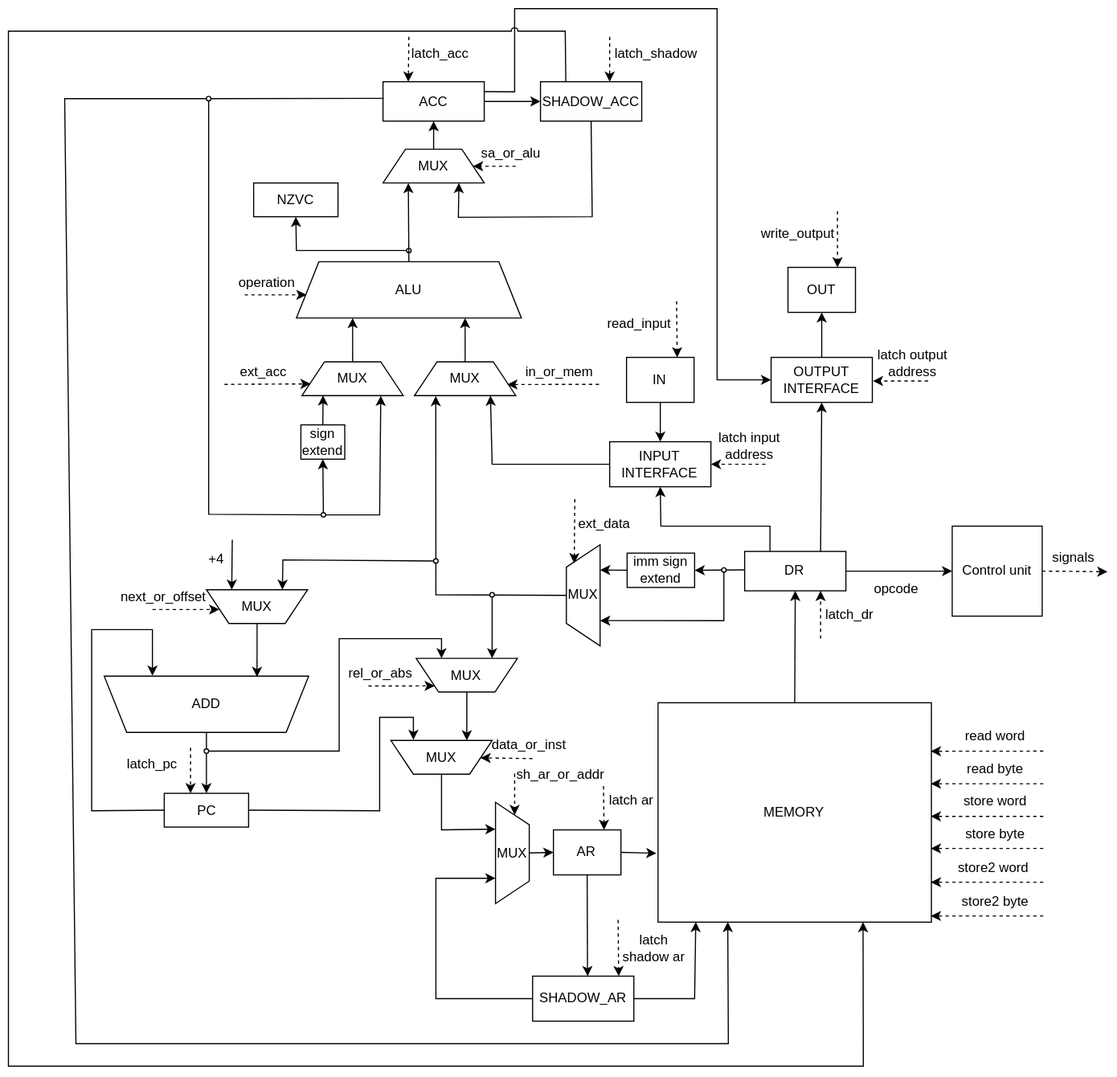
The draw.io diagram assets/datapath/scheme.svg in AstroSoup/computer-system-architecture-lab-4, before a commit. Source tidied: cells renumbered, new cells last; positions are measured from the earlier drawing's top-left corner, leaving out a move shared by most shapes.
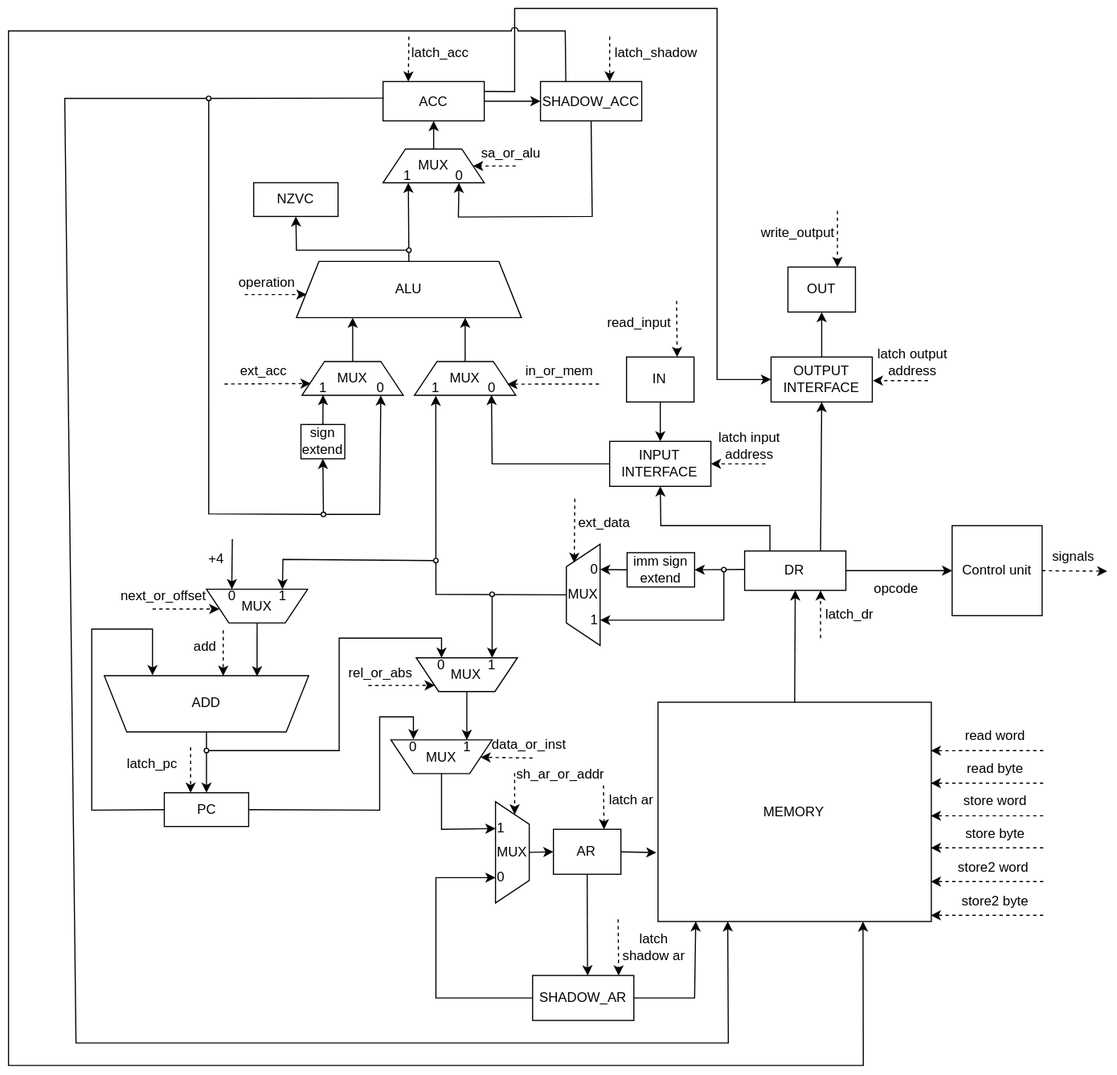
Above is the later version.

Diff of the diagram source:
```diff
@@ -54,9 +54,6 @@
     <mxCell id="17" value="NZVC" style="rounded=0;whiteSpace=wrap;html=1;" parent="1" vertex="1">
       <mxGeometry x="218" y="155" width="75" height="30" as="geometry" />
     </mxCell>
-    <mxCell id="18" style="ellipse;whiteSpace=wrap;html=1;fillColor=light-dark(#FFFFFF,#FFFFFF);" parent="1" vertex="1">
-      <mxGeometry x="354" y="213" width="4" height="4" as="geometry" />
-    </mxCell>
     <mxCell id="19" value="PC" style="rounded=0;whiteSpace=wrap;html=1;" parent="1" vertex="1">
       <mxGeometry x="138.5" y="697.5" width="75" height="30" as="geometry" />
     </mxCell>
@@ -172,7 +169,7 @@
         </Array>
       </mxGeometry>
     </mxCell>
-    <mxCell id="45" style="endArrow=classic;html=1;rounded=0;entryX=0.75;entryY=1;entryDx=0;entryDy=0;exitX=0;exitY=0.5;exitDx=0;exitDy=0;" parent="1" edge="1" source="39" target="60">
+    <mxCell id="45" style="endArrow=classic;html=1;rounded=0;entryX=0.76;entryY=0.987;entryDx=0;entryDy=0;exitX=0;exitY=0.5;exitDx=0;exitDy=0;entryPerimeter=0;" parent="1" edge="1" source="39" target="60">
       <mxGeometry relative="1" as="geometry">
         <Array as="points">
           <mxPoint x="430" y="405" />
@@ -552,5 +549,65 @@
     <mxCell id="126" value="latch_dr" style="text;html=1;whiteSpace=wrap;strokeColor=none;fillColor=none;align=center;verticalAlign=middle;rounded=0;" parent="1" vertex="1">
       <mxGeometry x="718" y="524" width="60" height="30" as="geometry" />
     </mxCell>
+    <mxCell id="127" value="1" style="text;html=1;whiteSpace=wrap;strokeColor=none;fillColor=none;align=center;verticalAlign=middle;rounded=0;" parent="1" vertex="1">
+      <mxGeometry x="519" y="539" width="4" height="10" as="geometry" />
+    </mxCell>
+    <mxCell id="128" value="0" style="text;html=1;whiteSpace=wrap;strokeColor=none;fillColor=none;align=center;verticalAlign=middle;rounded=0;" parent="1" vertex="1">
+      <mxGeometry x="519" y="494" width="4" height="10" as="geometry" />
+    </mxCell>
+    <mxCell id="129" value="1" style="text;html=1;whiteSpace=wrap;strokeColor=none;fillColor=none;align=center;verticalAlign=middle;rounded=0;" parent="1" vertex="1">
+      <mxGeometry x="428" y="579" width="4" height="10" as="geometry" />
+    </mxCell>
+    <mxCell id="130" value="0" style="text;html=1;whiteSpace=wrap;strokeColor=none;fillColor=none;align=center;verticalAlign=middle;rounded=0;" parent="1" vertex="1">
+      <mxGeometry x="383" y="579" width="4" height="10" as="geometry" />
+    </mxCell>
+    <mxCell id="131" value="1" style="text;html=1;whiteSpace=wrap;strokeColor=none;fillColor=none;align=center;verticalAlign=middle;rounded=0;" parent="1" vertex="1">
+      <mxGeometry x="406" y="652" width="4" height="10" as="geometry" />
+    </mxCell>
+    <mxCell id="132" value="0" style="text;html=1;whiteSpace=wrap;strokeColor=none;fillColor=none;align=center;verticalAlign=middle;rounded=0;" parent="1" vertex="1">
+      <mxGeometry x="358" y="652" width="4" height="10" as="geometry" />
+    </mxCell>
+    <mxCell id="133" value="1" style="text;html=1;whiteSpace=wrap;strokeColor=none;fillColor=none;align=center;verticalAlign=middle;rounded=0;" parent="1" vertex="1">
+      <mxGeometry x="436" y="724" width="4" height="10" as="geometry" />
+    </mxCell>
+    <mxCell id="134" value="0" style="text;html=1;whiteSpace=wrap;strokeColor=none;fillColor=none;align=center;verticalAlign=middle;rounded=0;" parent="1" vertex="1">
+      <mxGeometry x="436" y="768" width="4" height="10" as="geometry" />
+    </mxCell>
+    <mxCell id="135" value="1" style="text;html=1;whiteSpace=wrap;strokeColor=none;fillColor=none;align=center;verticalAlign=middle;rounded=0;" parent="1" vertex="1">
+      <mxGeometry x="278.5" y="333" width="4" height="10" as="geometry" />
+    </mxCell>
+    <mxCell id="136" style="endArrow=classic;html=1;rounded=0;entryX=0.25;entryY=0;entryDx=0;entryDy=0;dashed=1;" parent="1" edge="1">
+      <mxGeometry relative="1" as="geometry">
+        <mxPoint x="190.9" y="553" as="sourcePoint" />
+        <mxPoint x="190.9" y="593.5" as="targetPoint" />
+      </mxGeometry>
+    </mxCell>
+    <mxCell id="137" value="add" style="text;html=1;align=center;verticalAlign=middle;whiteSpace=wrap;rounded=0;" parent="1" vertex="1">
+      <mxGeometry x="145" y="553" width="60" height="30" as="geometry" />
+    </mxCell>
+    <mxCell id="138" value="1" style="text;html=1;whiteSpace=wrap;strokeColor=none;fillColor=none;align=center;verticalAlign=middle;rounded=0;" parent="1" vertex="1">
+      <mxGeometry x="242" y="518" width="4" height="10" as="geometry" />
+    </mxCell>
+    <mxCell id="139" value="0" style="text;html=1;whiteSpace=wrap;strokeColor=none;fillColor=none;align=center;verticalAlign=middle;rounded=0;" parent="1" vertex="1">
+      <mxGeometry x="197" y="518" width="4" height="10" as="geometry" />
+    </mxCell>
+    <mxCell id="140" value="0" style="text;html=1;whiteSpace=wrap;strokeColor=none;fillColor=none;align=center;verticalAlign=middle;rounded=0;" parent="1" vertex="1">
+      <mxGeometry x="329" y="333" width="4" height="10" as="geometry" />
+    </mxCell>
+    <mxCell id="141" value="1" style="text;html=1;whiteSpace=wrap;strokeColor=none;fillColor=none;align=center;verticalAlign=middle;rounded=0;" parent="1" vertex="1">
+      <mxGeometry x="378" y="333" width="4" height="10" as="geometry" />
+    </mxCell>
+    <mxCell id="142" value="0" style="text;html=1;whiteSpace=wrap;strokeColor=none;fillColor=none;align=center;verticalAlign=middle;rounded=0;" parent="1" vertex="1">
+      <mxGeometry x="428" y="333" width="4" height="10" as="geometry" />
+    </mxCell>
+    <mxCell id="18" style="ellipse;whiteSpace=wrap;html=1;fillColor=light-dark(#FFFFFF,#FFFFFF);" parent="1" vertex="1">
+      <mxGeometry x="354" y="213" width="4" height="4" as="geometry" />
+    </mxCell>
+    <mxCell id="143" value="1" style="text;html=1;whiteSpace=wrap;strokeColor=none;fillColor=none;align=center;verticalAlign=middle;rounded=0;" parent="1" vertex="1">
+      <mxGeometry x="353" y="144" width="4" height="10" as="geometry" />
+    </mxCell>
+    <mxCell id="144" value="0" style="text;html=1;whiteSpace=wrap;strokeColor=none;fillColor=none;align=center;verticalAlign=middle;rounded=0;" parent="1" vertex="1">
+      <mxGeometry x="399" y="144" width="4" height="10" as="geometry" />
+    </mxCell>
   </root>
 </mxGraphModel>
```
